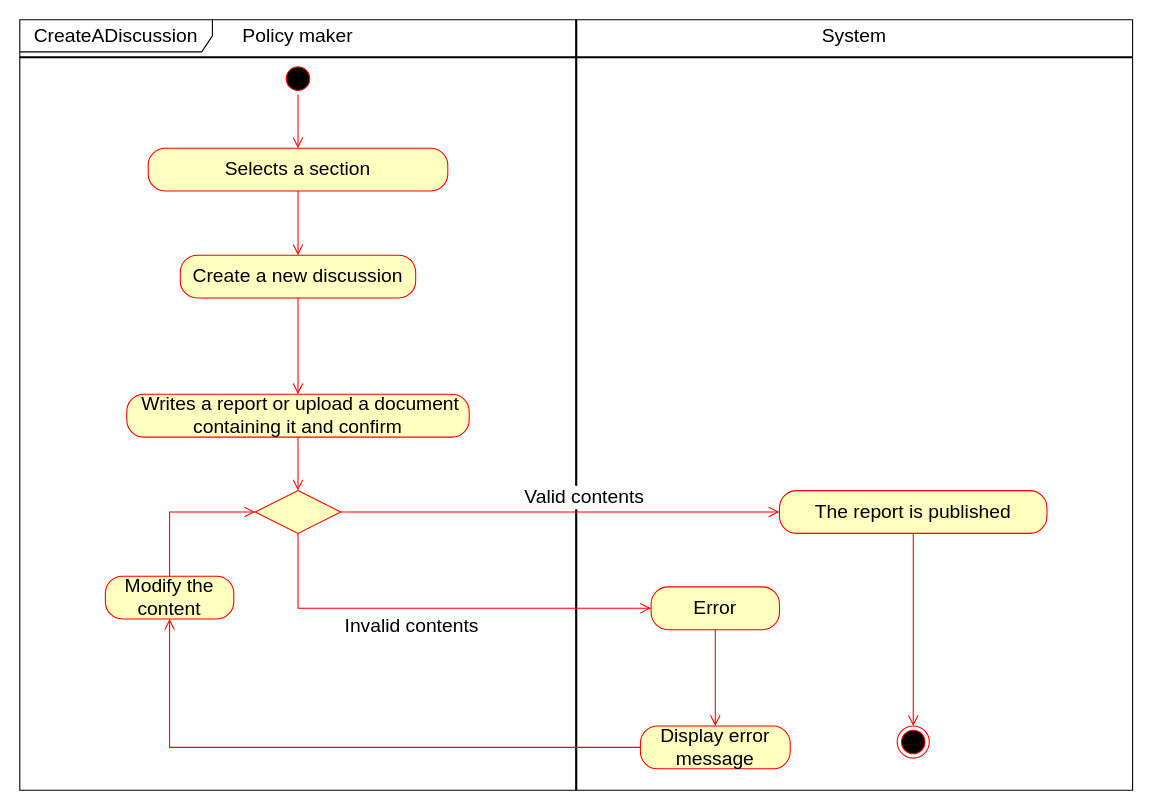
matteovisotto/SE2-CecchettoSirianiVisotto keeps this draw.io diagram as page "PublishADiscussion" (4 of 7) of Use cases diagram/PolicyMaker.drawio. Above is the earlier version. Source tidied: cells renumbered, new cells numbered last; positions are measured from the earlier drawing's top-left corner, leaving out a move shared by most shapes. Both pictures are drawn from the tidied source at 107%, with x=0, y=0 at pixel (19, 19).
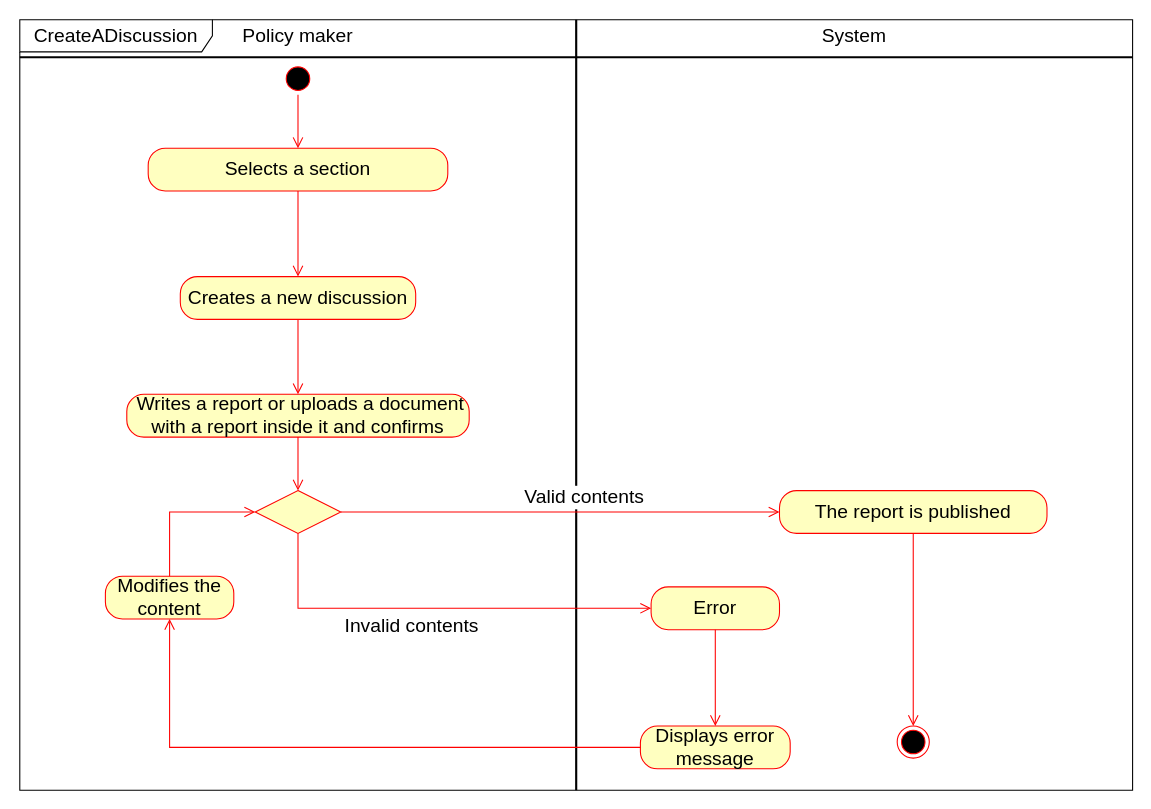
The same page after the edit.

Change to the diagram source:
```diff
@@
-    <mxCell id="6" value="&lt;font style=&quot;font-size: 18px&quot;&gt;&amp;nbsp;Writes a report or upload a document containing it and confirm&lt;/font&gt;" style="rounded=1;whiteSpace=wrap;html=1;arcSize=40;fontColor=#000000;fillColor=#ffffc0;strokeColor=#ff0000;" parent="1" vertex="1">
+    <mxCell id="6" value="&lt;font style=&quot;font-size: 18px&quot;&gt;&amp;nbsp;Writes a report or uploads a document with a report inside it and confirms&lt;/font&gt;" style="rounded=1;whiteSpace=wrap;html=1;arcSize=40;fontColor=#000000;fillColor=#ffffc0;strokeColor=#ff0000;" parent="1" vertex="1">
       <mxGeometry x="100" y="350" width="320" height="40" as="geometry" />
     </mxCell>
@@
-    <mxCell id="17" value="&lt;font style=&quot;font-size: 18px&quot;&gt;Display error message&lt;/font&gt;" style="rounded=1;whiteSpace=wrap;html=1;arcSize=40;fontColor=#000000;fillColor=#ffffc0;strokeColor=#ff0000;" parent="1" vertex="1">
+    <mxCell id="17" value="&lt;font style=&quot;font-size: 18px&quot;&gt;Displays error message&lt;/font&gt;" style="rounded=1;whiteSpace=wrap;html=1;arcSize=40;fontColor=#000000;fillColor=#ffffc0;strokeColor=#ff0000;" parent="1" vertex="1">
       <mxGeometry x="580" y="660" width="140" height="40" as="geometry" />
     </mxCell>
@@
-    <mxCell id="23" value="&lt;font style=&quot;font-size: 18px&quot;&gt;Create a new discussion&lt;/font&gt;" style="rounded=1;whiteSpace=wrap;html=1;arcSize=40;fontColor=#000000;fillColor=#ffffc0;strokeColor=#ff0000;" parent="1" vertex="1">
-      <mxGeometry x="150" y="220" width="220" height="40" as="geometry" />
+    <mxCell id="23" value="&lt;font style=&quot;font-size: 18px&quot;&gt;Creates a new discussion&lt;/font&gt;" style="rounded=1;whiteSpace=wrap;html=1;arcSize=40;fontColor=#000000;fillColor=#ffffc0;strokeColor=#ff0000;" parent="1" vertex="1">
+      <mxGeometry x="150" y="240" width="220" height="40" as="geometry" />
     </mxCell>
@@
-    <mxCell id="25" value="&lt;font style=&quot;font-size: 18px&quot;&gt;Modify the content&lt;/font&gt;" style="rounded=1;whiteSpace=wrap;html=1;arcSize=40;fontColor=#000000;fillColor=#ffffc0;strokeColor=#ff0000;" parent="1" vertex="1">
+    <mxCell id="25" value="&lt;font style=&quot;font-size: 18px&quot;&gt;Modifies the content&lt;/font&gt;" style="rounded=1;whiteSpace=wrap;html=1;arcSize=40;fontColor=#000000;fillColor=#ffffc0;strokeColor=#ff0000;" parent="1" vertex="1">
       <mxGeometry x="80" y="520" width="120" height="40" as="geometry" />
     </mxCell>
```
